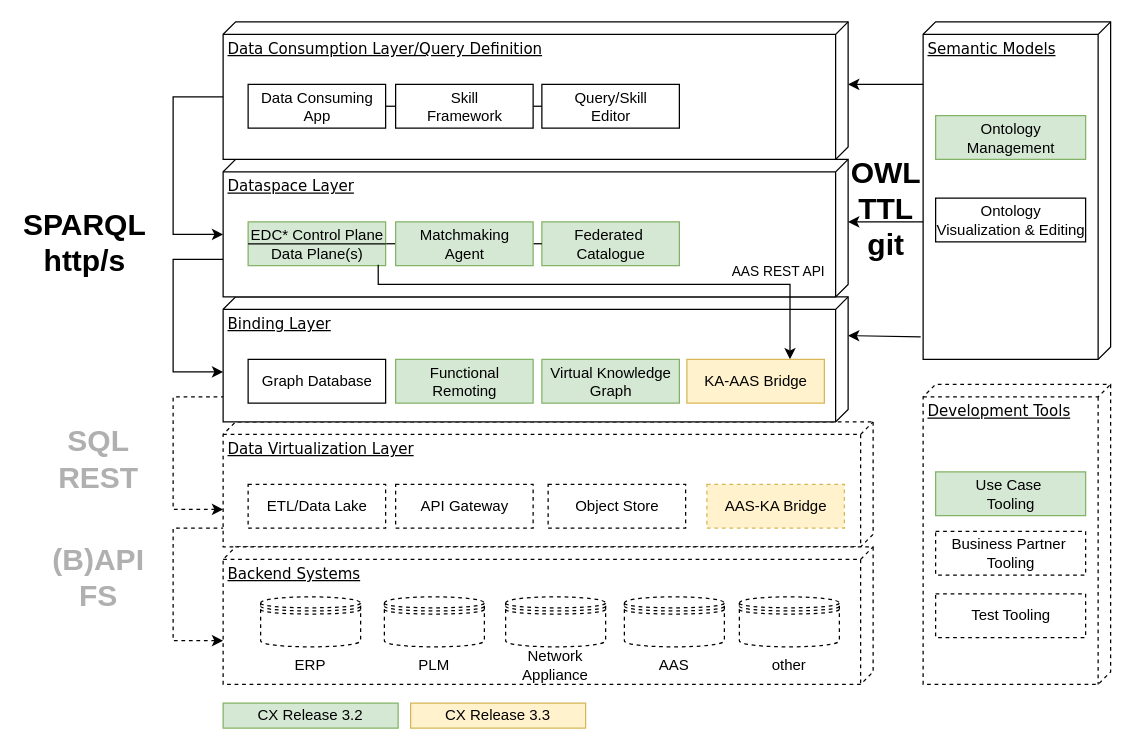
Above: static/uml/layers.drawio in catenax-ng/product-knowledge (draw.io), before the change. Source tidied: cells renumbered, new cells numbered last; positions are measured from the earlier drawing's top-left corner, leaving out a move shared by most shapes. Both pictures are drawn from the tidied source at 125%, with x=0, y=0 at pixel (21, 21).
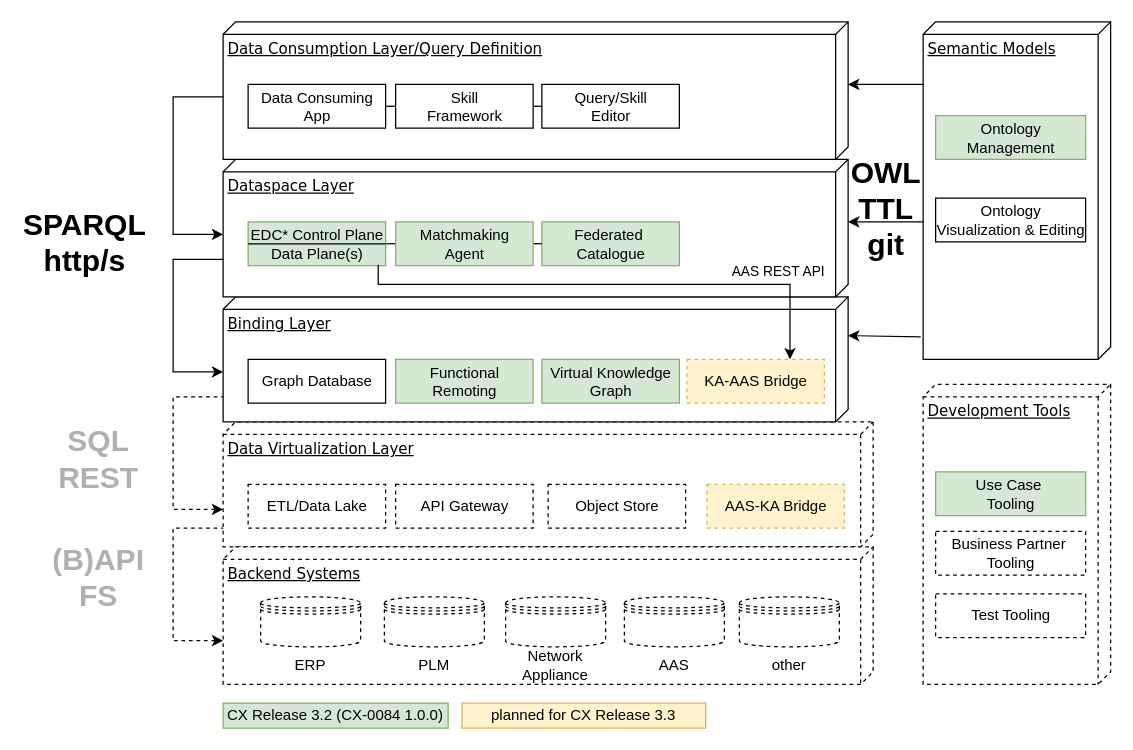
After the change.

Change to the diagram source:
```diff
@@
-    <mxCell id="51" value="CX Release 3.2" style="rounded=0;whiteSpace=wrap;html=1;fillColor=#d5e8d4;strokeColor=#82b366;" parent="1" vertex="1">
-      <mxGeometry x="161" y="545" width="140" height="20" as="geometry" />
+    <mxCell id="51" value="CX Release 3.2 (CX-0084 1.0.0)" style="rounded=0;whiteSpace=wrap;html=1;fillColor=#d5e8d4;strokeColor=#82b366;" parent="1" vertex="1">
+      <mxGeometry x="161" y="545" width="180" height="20" as="geometry" />
     </mxCell>
@@
-    <mxCell id="53" value="KA-AAS Bridge" style="html=1;fillColor=#fff2cc;strokeColor=#d6b656;" parent="1" vertex="1">
+    <mxCell id="53" value="KA-AAS Bridge" style="html=1;fillColor=#fff2cc;strokeColor=#d6b656;dashed=1;" parent="1" vertex="1">
       <mxGeometry x="532" y="270" width="110" height="35" as="geometry" />
     </mxCell>
@@
-    <mxCell id="57" value="CX Release 3.3" style="rounded=0;whiteSpace=wrap;html=1;fillColor=#fff2cc;strokeColor=#d6b656;" parent="1" vertex="1">
-      <mxGeometry x="311" y="545" width="140" height="20" as="geometry" />
+    <mxCell id="57" value="planned for CX Release 3.3" style="rounded=0;whiteSpace=wrap;html=1;fillColor=#fff2cc;strokeColor=#d6b656;" parent="1" vertex="1">
+      <mxGeometry x="352" y="545" width="195" height="20" as="geometry" />
     </mxCell>
```
